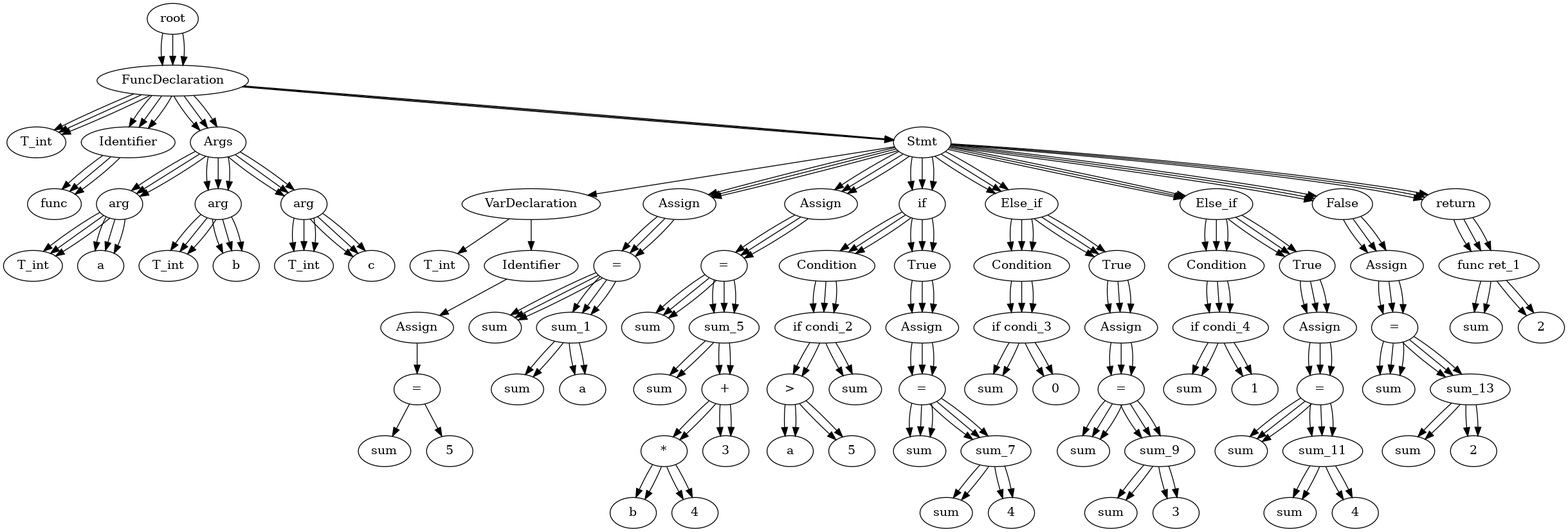
This is test.gv.png from Jstar49/starCC, a Graphviz export, as it was before one commit. Its source is kept beside it as test.gv.
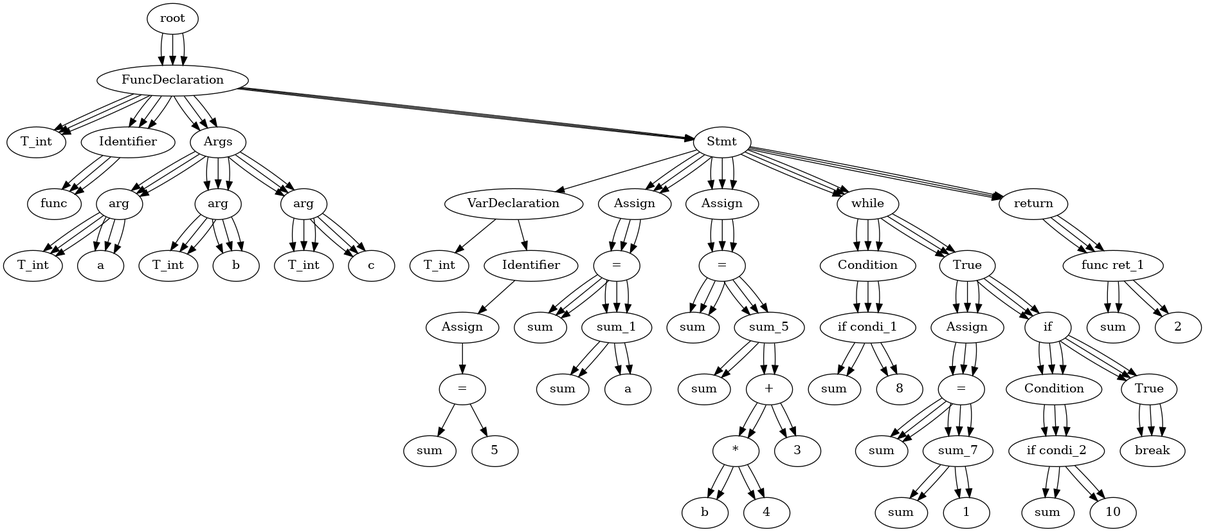
The same file after the commit.

The edit, as a diff of the source:
```diff
@@ -76,104 +76,52 @@
 	34 -> 35
 	37 [label=3]
 	36 -> 37
-	38 [label=if]
+	38 [label=while]
 	14 -> 38
 	39 [label=Condition]
 	38 -> 39
-	43 [label="&&"]
-	39 -> 43
 	41 [label=">"]
-	43 -> 41
-	40 [label=a]
+	39 -> 41
+	40 [label=sum]
 	41 -> 40
-	42 [label=5]
+	42 [label=8]
 	41 -> 42
-	44 [label=sum]
+	43 [label=True]
+	38 -> 43
+	44 [label=Assign]
 	43 -> 44
-	45 [label=True]
-	38 -> 45
-	46 [label=Assign]
-	45 -> 46
-	48 [label="="]
+	46 [label="="]
+	44 -> 46
+	45 [label=sum]
+	46 -> 45
+	48 [label="-"]
 	46 -> 48
 	47 [label=sum]
 	48 -> 47
-	50 [label="-"]
-	48 -> 50
-	49 [label=sum]
-	50 -> 49
-	51 [label=4]
+	49 [label=1]
+	48 -> 49
+	50 [label=if]
+	43 -> 50
+	51 [label=Condition]
 	50 -> 51
-	52 [label=Else_if]
-	14 -> 52
-	53 [label=Condition]
-	52 -> 53
-	55 [label=">"]
-	53 -> 55
-	54 [label=sum]
-	55 -> 54
-	56 [label=0]
+	53 [label="=="]
+	51 -> 53
+	52 [label=sum]
+	53 -> 52
+	54 [label=10]
+	53 -> 54
+	55 [label=True]
+	50 -> 55
+	56 [label=break]
 	55 -> 56
-	57 [label=True]
-	52 -> 57
-	58 [label=Assign]
-	57 -> 58
-	60 [label="="]
-	58 -> 60
-	59 [label=sum]
-	60 -> 59
-	62 [label="-"]
-	60 -> 62
-	61 [label=sum]
-	62 -> 61
-	63 [label=3]
-	62 -> 63
-	64 [label=Else_if]
-	14 -> 64
-	65 [label=Condition]
-	64 -> 65
-	67 [label=">"]
-	65 -> 67
-	66 [label=sum]
-	67 -> 66
-	68 [label=1]
-	67 -> 68
-	69 [label=True]
-	64 -> 69
-	70 [label=Assign]
-	69 -> 70
-	72 [label="="]
-	70 -> 72
-	71 [label=sum]
-	72 -> 71
-	74 [label="-"]
-	72 -> 74
-	73 [label=sum]
-	74 -> 73
-	75 [label=4]
-	74 -> 75
-	76 [label=False]
-	14 -> 76
-	77 [label=Assign]
-	76 -> 77
-	79 [label="="]
-	77 -> 79
-	78 [label=sum]
-	79 -> 78
-	81 [label="-"]
-	79 -> 81
-	80 [label=sum]
-	81 -> 80
-	82 [label=2]
-	81 -> 82
-	83 [label=return]
-	14 -> 83
-	85 [label="+"]
-	83 -> 85
-	84 [label=sum]
-	85 -> 84
-	86 [label=2]
-	85 -> 86
+	57 [label=return]
+	14 -> 57
+	59 [label="+"]
+	57 -> 59
+	58 [label=sum]
+	59 -> 58
+	60 [label=2]
+	59 -> 60
 	None [label=root]
 	0 [label=FuncDeclaration]
 	None -> 0
@@ -237,104 +185,52 @@
 	34 -> 35
 	37 [label=3]
 	36 -> 37
-	38 [label=if]
+	38 [label=while]
 	14 -> 38
 	39 [label=Condition]
 	38 -> 39
-	43 [label="&&"]
-	39 -> 43
 	41 [label=">"]
-	43 -> 41
-	40 [label=a]
+	39 -> 41
+	40 [label=sum]
 	41 -> 40
-	42 [label=5]
+	42 [label=8]
 	41 -> 42
-	44 [label=sum]
+	43 [label=True]
+	38 -> 43
+	44 [label=Assign]
 	43 -> 44
-	45 [label=True]
-	38 -> 45
-	46 [label=Assign]
-	45 -> 46
-	48 [label="="]
+	46 [label="="]
+	44 -> 46
+	45 [label=sum]
+	46 -> 45
+	48 [label="-"]
 	46 -> 48
 	47 [label=sum]
 	48 -> 47
-	50 [label="-"]
-	48 -> 50
-	49 [label=sum]
-	50 -> 49
-	51 [label=4]
+	49 [label=1]
+	48 -> 49
+	50 [label=if]
+	43 -> 50
+	51 [label=Condition]
 	50 -> 51
-	52 [label=Else_if]
-	14 -> 52
-	53 [label=Condition]
-	52 -> 53
-	55 [label=">"]
-	53 -> 55
-	54 [label=sum]
-	55 -> 54
-	56 [label=0]
+	53 [label="=="]
+	51 -> 53
+	52 [label=sum]
+	53 -> 52
+	54 [label=10]
+	53 -> 54
+	55 [label=True]
+	50 -> 55
+	56 [label=break]
 	55 -> 56
-	57 [label=True]
-	52 -> 57
-	58 [label=Assign]
-	57 -> 58
-	60 [label="="]
-	58 -> 60
-	59 [label=sum]
-	60 -> 59
-	62 [label="-"]
-	60 -> 62
-	61 [label=sum]
-	62 -> 61
-	63 [label=3]
-	62 -> 63
-	64 [label=Else_if]
-	14 -> 64
-	65 [label=Condition]
-	64 -> 65
-	67 [label=">"]
-	65 -> 67
-	66 [label=sum]
-	67 -> 66
-	68 [label=1]
-	67 -> 68
-	69 [label=True]
-	64 -> 69
-	70 [label=Assign]
-	69 -> 70
-	72 [label="="]
-	70 -> 72
-	71 [label=sum]
-	72 -> 71
-	74 [label="-"]
-	72 -> 74
-	73 [label=sum]
-	74 -> 73
-	75 [label=4]
-	74 -> 75
-	76 [label=False]
-	14 -> 76
-	77 [label=Assign]
-	76 -> 77
-	79 [label="="]
-	77 -> 79
-	78 [label=sum]
-	79 -> 78
-	81 [label="-"]
-	79 -> 81
-	80 [label=sum]
-	81 -> 80
-	82 [label=2]
-	81 -> 82
-	83 [label=return]
-	14 -> 83
-	85 [label="+"]
-	83 -> 85
-	84 [label=sum]
-	85 -> 84
-	86 [label=2]
-	85 -> 86
+	57 [label=return]
+	14 -> 57
+	59 [label="+"]
+	57 -> 59
+	58 [label=sum]
+	59 -> 58
+	60 [label=2]
+	59 -> 60
 	None [label=root]
 	0 [label=FuncDeclaration]
 	None -> 0
@@ -382,66 +278,34 @@
 	30 -> 29
 	32 [label=sum_5]
 	30 -> 32
-	38 [label=if]
+	38 [label=while]
 	14 -> 38
 	39 [label=Condition]
 	38 -> 39
-	43 [label="if condi_2"]
-	39 -> 43
-	45 [label=True]
-	38 -> 45
-	46 [label=Assign]
-	45 -> 46
-	48 [label="="]
+	41 [label="if condi_1"]
+	39 -> 41
+	43 [label=True]
+	38 -> 43
+	44 [label=Assign]
+	43 -> 44
+	46 [label="="]
+	44 -> 46
+	45 [label=sum]
+	46 -> 45
+	48 [label=sum_7]
 	46 -> 48
-	47 [label=sum]
-	48 -> 47
-	50 [label=sum_7]
-	48 -> 50
-	52 [label=Else_if]
-	14 -> 52
-	53 [label=Condition]
-	52 -> 53
-	55 [label="if condi_3"]
-	53 -> 55
-	57 [label=True]
-	52 -> 57
-	58 [label=Assign]
-	57 -> 58
-	60 [label="="]
-	58 -> 60
-	59 [label=sum]
-	60 -> 59
-	62 [label=sum_9]
-	60 -> 62
-	64 [label=Else_if]
-	14 -> 64
-	65 [label=Condition]
-	64 -> 65
-	67 [label="if condi_4"]
-	65 -> 67
-	69 [label=True]
-	64 -> 69
-	70 [label=Assign]
-	69 -> 70
-	72 [label="="]
-	70 -> 72
-	71 [label=sum]
-	72 -> 71
-	74 [label=sum_11]
-	72 -> 74
-	76 [label=False]
-	14 -> 76
-	77 [label=Assign]
-	76 -> 77
-	79 [label="="]
-	77 -> 79
-	78 [label=sum]
-	79 -> 78
-	81 [label=sum_13]
-	79 -> 81
-	83 [label=return]
-	14 -> 83
-	85 [label="func ret_1"]
-	83 -> 85
+	50 [label=if]
+	43 -> 50
+	51 [label=Condition]
+	50 -> 51
+	53 [label="if condi_2"]
+	51 -> 53
+	55 [label=True]
+	50 -> 55
+	56 [label=break]
+	55 -> 56
+	57 [label=return]
+	14 -> 57
+	59 [label="func ret_1"]
+	57 -> 59
 }
```
